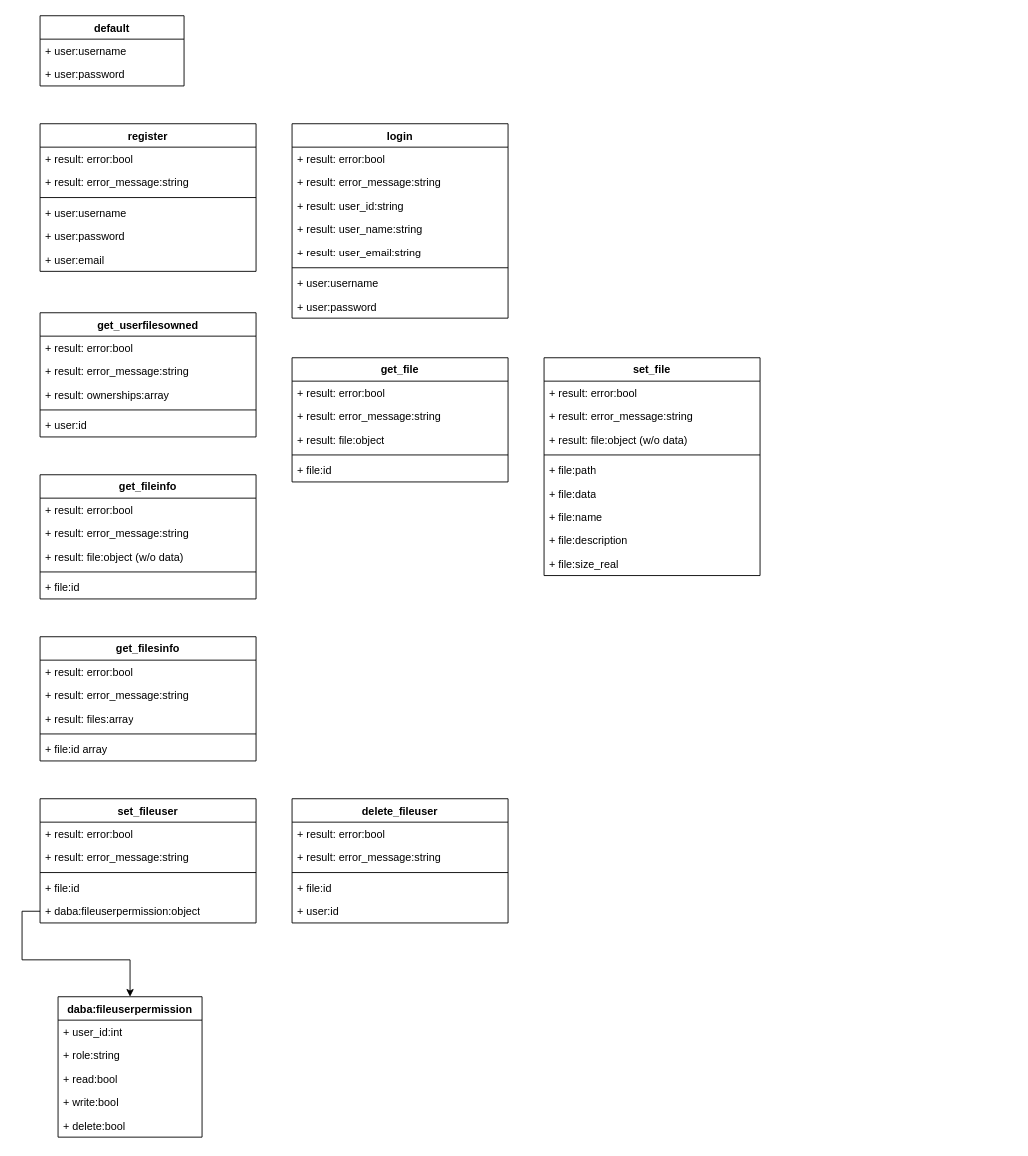
This is Backend.drawio from Veteranfighter/daba-file-manager, a draw.io file, before an edit. Source tidied: cells renumbered, new cells numbered last; positions are measured from the earlier drawing's top-left corner, leaving out a move shared by most shapes. Both pictures are drawn from the tidied source at 90%, with x=0, y=0 at pixel (40, 15).
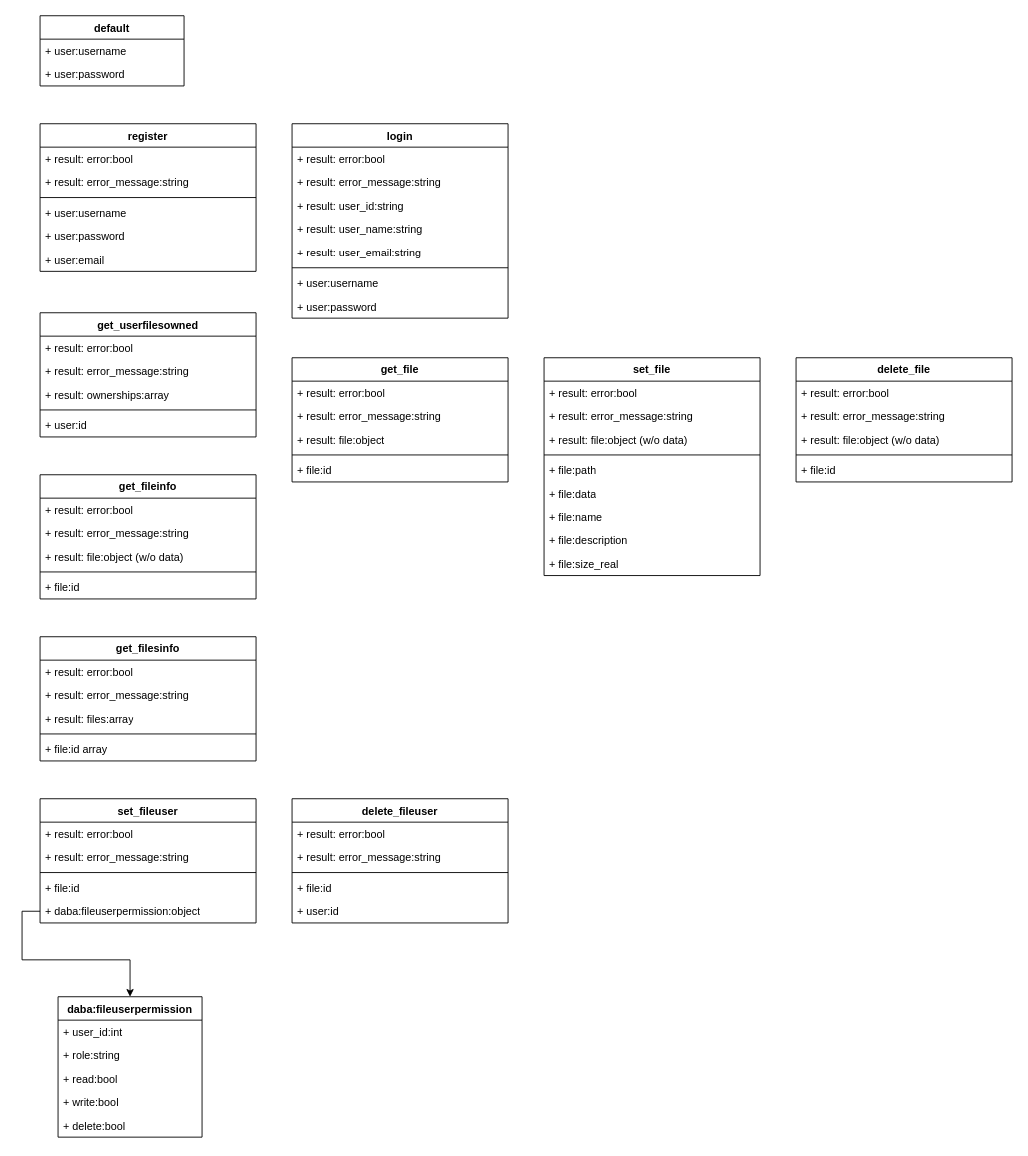
The same page after the edit.

What changed in the source:
```diff
@@
+    <mxCell id="74" value="delete_file" style="swimlane;fontStyle=1;align=center;verticalAlign=top;horizontal=1;startSize=26;whiteSpace=wrap;html=1;" parent="1" vertex="1">
+      <mxGeometry x="840" y="380" width="240" height="138" as="geometry" />
+    </mxCell>
+    <mxCell id="75" value="+ result: error:bool" style="text;strokeColor=none;fillColor=none;align=left;verticalAlign=top;spacingLeft=4;spacingRight=4;overflow=hidden;whiteSpace=wrap;html=1;" parent="74" vertex="1">
+      <mxGeometry y="26" width="240" height="26" as="geometry" />
+    </mxCell>
+    <mxCell id="76" value="+ result: error_message:string" style="text;strokeColor=none;fillColor=none;align=left;verticalAlign=top;spacingLeft=4;spacingRight=4;overflow=hidden;whiteSpace=wrap;html=1;" parent="74" vertex="1">
+      <mxGeometry y="52" width="240" height="26" as="geometry" />
+    </mxCell>
+    <mxCell id="77" value="+ result: file:object (w/o data)" style="text;strokeColor=none;fillColor=none;align=left;verticalAlign=top;spacingLeft=4;spacingRight=4;overflow=hidden;whiteSpace=wrap;html=1;" parent="74" vertex="1">
+      <mxGeometry y="78" width="240" height="26" as="geometry" />
+    </mxCell>
+    <mxCell id="78" style="line;strokeWidth=1;fillColor=none;align=left;verticalAlign=middle;spacingTop=-1;spacingLeft=3;spacingRight=3;labelPosition=right;strokeColor=inherit;" parent="74" vertex="1">
+      <mxGeometry y="104" width="240" height="8" as="geometry" />
+    </mxCell>
+    <mxCell id="79" value="+ file:id" style="text;strokeColor=none;fillColor=none;align=left;verticalAlign=top;spacingLeft=4;spacingRight=4;overflow=hidden;whiteSpace=wrap;html=1;" parent="74" vertex="1">
+      <mxGeometry y="112" width="240" height="26" as="geometry" />
+    </mxCell>
```
